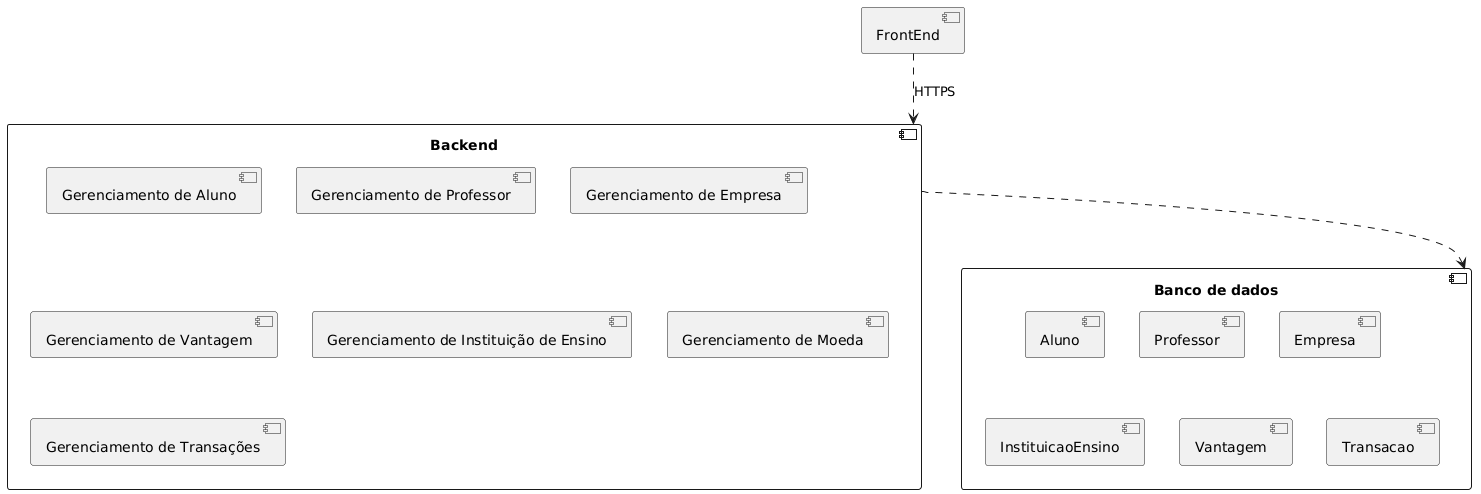
iannovais/lds-moeda keeps this PlantUML diagram as project/img/componentdiagram.png. Above is the earlier version. Its diagram source:
```plantuml
@startuml
component "FrontEnd" as Browser

component "Backend" as Backend {
  component "Gerenciamento de Aluno"
  component "Gerenciamento de Professor"
  component "Gerenciamento de Empresa"
  component "Gerenciamento de Vantagem"
  component "Gerenciamento de Instituição de Ensino"
  component "Gerenciamento de Moeda"
  component "Gerenciamento de Transações"
}

component "Banco de dados" as BD {
  component "Aluno"
  component "Professor"
  component "Empresa"
  component "InstituicaoEnsino"
  component "Vantagem"
  component "Transacao"
}

Browser ..> Backend : HTTPS
Backend ..> BD
@enduml
```
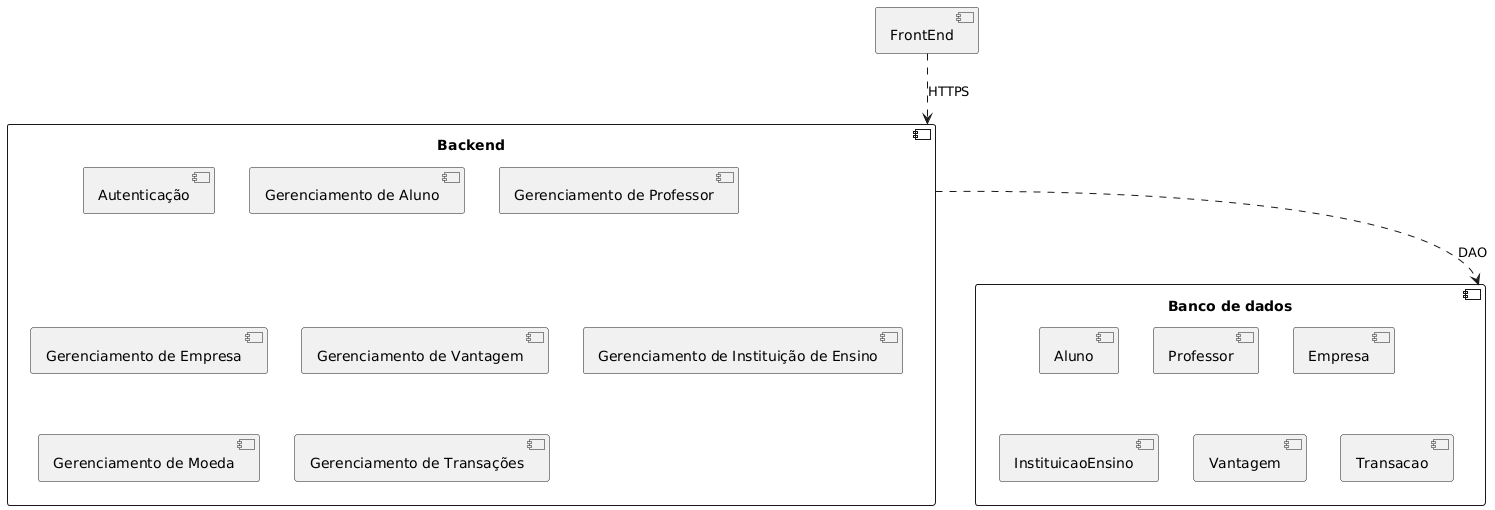
The same file after the commit.

Change to the diagram source:
```diff
@@ -2,6 +2,7 @@
 component "FrontEnd" as Browser
 
 component "Backend" as Backend {
+  component "Autenticação"
   component "Gerenciamento de Aluno"
   component "Gerenciamento de Professor"
   component "Gerenciamento de Empresa"
@@ -21,5 +22,5 @@
 }
 
 Browser ..> Backend : HTTPS
-Backend ..> BD
+Backend ..> BD : DAO
 @enduml
```
